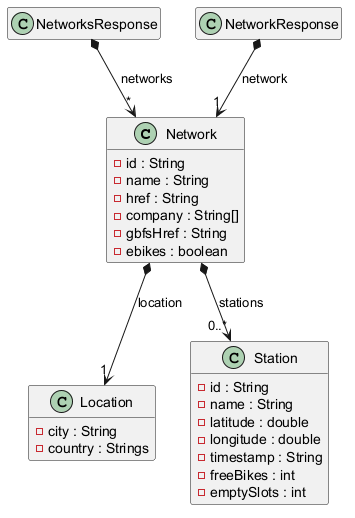
This is Docs/Models/domain.png from isunican/App-Bicis-Grupo1, a PlantUML export, as it was before one commit.
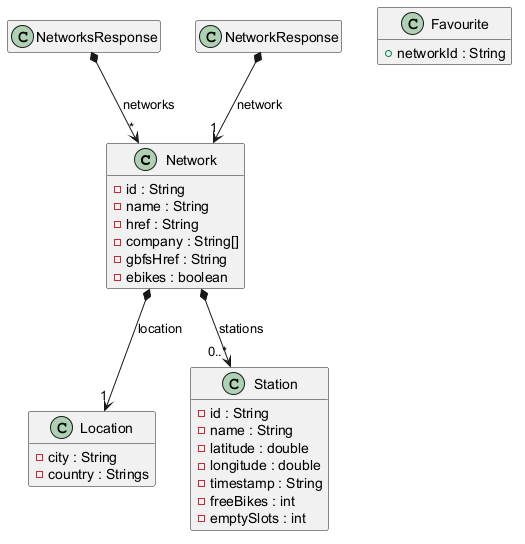
The same file after the commit.

What changed in the source:
```diff
@@ -14,6 +14,10 @@
 class Location {
     - city : String
     - country : Strings
+}
+
+class Favourite {
+    + networkId : String
 }
 
 class NetworksResponse {
```
